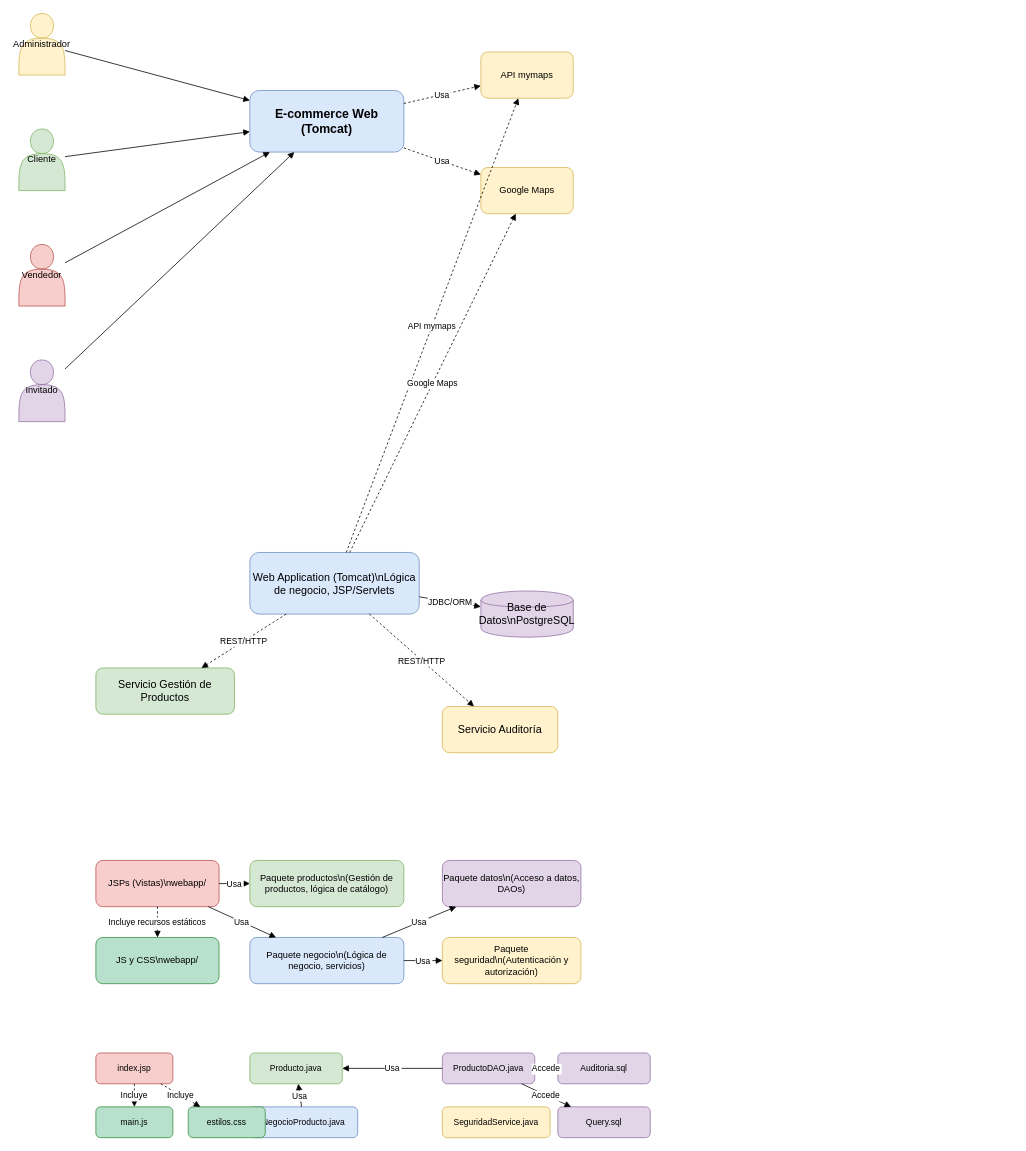
Before: page "C4 Context Diagram" (1 of 2) of C4-context.drawio in Joscart/patinetas, a draw.io diagram. Source tidied: cells renumbered, new cells numbered last; positions are measured from the earlier drawing's top-left corner, leaving out a move shared by most shapes. Both pictures are drawn from the tidied source at 77%, with x=0, y=0 at pixel (18, 13).
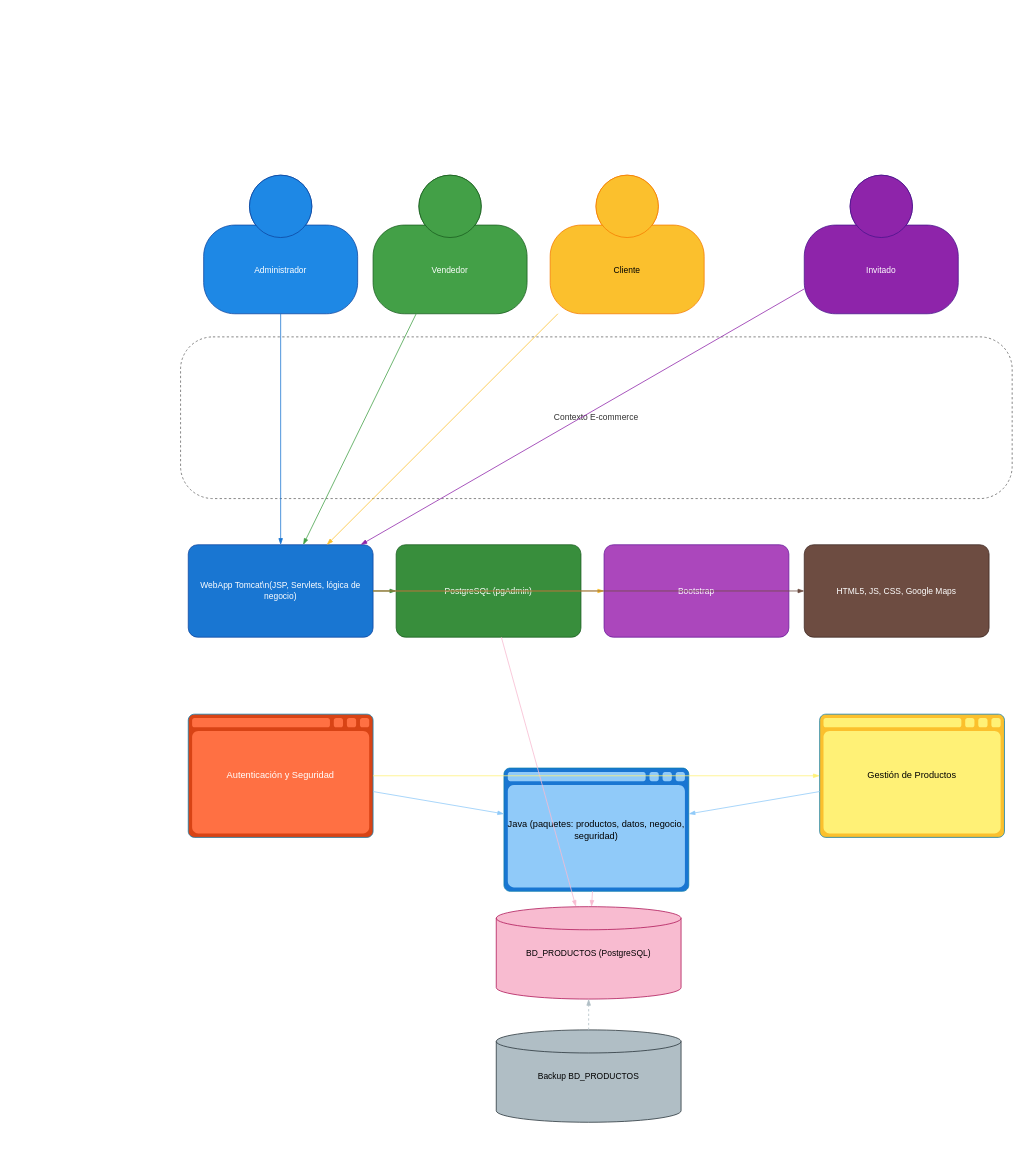
The same diagram, later.

Commit message:
Actualizar diagrama C4-context.drawio con nuevos actores y relaciones

Change to the diagram source:
```diff
@@
-    <mxCell id="2" value="E-commerce Web (Tomcat)" style="rounded=1;whiteSpace=wrap;html=1;fillColor=#dae8fc;strokeColor=#6c8ebf;fontSize=16;fontStyle=1;" parent="1" vertex="1">
-      <mxGeometry x="300" y="100" width="200" height="80" as="geometry" />
-    </mxCell>
-    <mxCell id="3" value="Administrador" style="shape=actor;whiteSpace=wrap;html=1;fillColor=#fff2cc;strokeColor=#d6b656;" parent="1" vertex="1">
-      <mxGeometry width="60" height="80" as="geometry" />
+    <mxCell id="3" value="Administrador" style="html=1;fontSize=11;dashed=0;whiteSpace=wrap;fillColor=#1e88e5;strokeColor=#0d47a1;fontColor=#ffffff;shape=mxgraph.c4.person2;align=center;" parent="1" vertex="1">
+      <mxGeometry x="240" y="210" width="200" height="180" as="geometry" />
     </mxCell>
+    <mxCell id="5" value="Vendedor" style="html=1;fontSize=11;dashed=0;whiteSpace=wrap;fillColor=#43a047;strokeColor=#1b5e20;fontColor=#ffffff;shape=mxgraph.c4.person2;align=center;" parent="1" vertex="1">
+      <mxGeometry x="460" y="210" width="200" height="180" as="geometry" />
+    </mxCell>
-    <mxCell id="4" value="Cliente" style="shape=actor;whiteSpace=wrap;html=1;fillColor=#d5e8d4;strokeColor=#82b366;" parent="1" vertex="1">
-      <mxGeometry y="150" width="60" height="80" as="geometry" />
+    <mxCell id="4" value="Cliente" style="html=1;fontSize=11;dashed=0;whiteSpace=wrap;fillColor=#fbc02d;strokeColor=#f57c00;fontColor=#000000;shape=mxgraph.c4.person2;align=center;" parent="1" vertex="1">
+      <mxGeometry x="690" y="210" width="200" height="180" as="geometry" />
     </mxCell>
-    <mxCell id="5" value="Vendedor" style="shape=actor;whiteSpace=wrap;html=1;fillColor=#f8cecc;strokeColor=#b85450;" parent="1" vertex="1">
-      <mxGeometry y="300" width="60" height="80" as="geometry" />
-    </mxCell>
-    <mxCell id="6" value="Invitado" style="shape=actor;whiteSpace=wrap;html=1;fillColor=#e1d5e7;strokeColor=#9673a6;" parent="1" vertex="1">
-      <mxGeometry y="450" width="60" height="80" as="geometry" />
+    <mxCell id="6" value="Invitado" style="html=1;fontSize=11;dashed=0;whiteSpace=wrap;fillColor=#8e24aa;strokeColor=#4a148c;fontColor=#ffffff;shape=mxgraph.c4.person2;align=center;" parent="1" vertex="1">
+      <mxGeometry x="1020" y="210" width="200" height="180" as="geometry" />
     </mxCell>
-    <mxCell id="7" value="API mymaps" style="rounded=1;whiteSpace=wrap;html=1;fillColor=#fff2cc;strokeColor=#d6b656;" parent="1" vertex="1">
-      <mxGeometry x="600" y="50" width="120" height="60" as="geometry" />
-    </mxCell>
-    <mxCell id="8" value="Google Maps" style="rounded=1;whiteSpace=wrap;html=1;fillColor=#fff2cc;strokeColor=#d6b656;" parent="1" vertex="1">
-      <mxGeometry x="600" y="200" width="120" height="60" as="geometry" />
-    </mxCell>
-    <mxCell id="9" value="Web Application (Tomcat)\nLógica de negocio, JSP/Servlets" style="rounded=1;whiteSpace=wrap;html=1;fillColor=#dae8fc;strokeColor=#6c8ebf;fontSize=14;" parent="1" vertex="1">
-      <mxGeometry x="300" y="700" width="220" height="80" as="geometry" />
-    </mxCell>
-    <mxCell id="10" value="Base de Datos\nPostgreSQL" style="shape=cylinder;whiteSpace=wrap;html=1;fillColor=#e1d5e7;strokeColor=#9673a6;fontSize=14;" parent="1" vertex="1">
-      <mxGeometry x="600" y="750" width="120" height="60" as="geometry" />
-    </mxCell>
-    <mxCell id="11" value="Servicio Gestión de Productos" style="rounded=1;whiteSpace=wrap;html=1;fillColor=#d5e8d4;strokeColor=#82b366;fontSize=14;" parent="1" vertex="1">
-      <mxGeometry x="100" y="850" width="180" height="60" as="geometry" />
-    </mxCell>
-    <mxCell id="12" value="Servicio Auditoría" style="rounded=1;whiteSpace=wrap;html=1;fillColor=#fff2cc;strokeColor=#d6b656;fontSize=14;" parent="1" vertex="1">
-      <mxGeometry x="550" y="900" width="150" height="60" as="geometry" />
-    </mxCell>
-    <mxCell id="13" value="Paquete productos\n(Gestión de productos, lógica de catálogo)" style="rounded=1;whiteSpace=wrap;html=1;fillColor=#d5e8d4;strokeColor=#82b366;fontSize=12;" parent="1" vertex="1">
-      <mxGeometry x="300" y="1100" width="200" height="60" as="geometry" />
-    </mxCell>
-    <mxCell id="14" value="Paquete datos\n(Acceso a datos, DAOs)" style="rounded=1;whiteSpace=wrap;html=1;fillColor=#e1d5e7;strokeColor=#9673a6;fontSize=12;" parent="1" vertex="1">
-      <mxGeometry x="550" y="1100" width="180" height="60" as="geometry" />
-    </mxCell>
-    <mxCell id="15" value="Paquete negocio\n(Lógica de negocio, servicios)" style="rounded=1;whiteSpace=wrap;html=1;fillColor=#dae8fc;strokeColor=#6c8ebf;fontSize=12;" parent="1" vertex="1">
-      <mxGeometry x="300" y="1200" width="200" height="60" as="geometry" />
-    </mxCell>
-    <mxCell id="16" value="Paquete seguridad\n(Autenticación y autorización)" style="rounded=1;whiteSpace=wrap;html=1;fillColor=#fff2cc;strokeColor=#d6b656;fontSize=12;" parent="1" vertex="1">
-      <mxGeometry x="550" y="1200" width="180" height="60" as="geometry" />
-    </mxCell>
-    <mxCell id="17" value="JSPs (Vistas)\nwebapp/" style="rounded=1;whiteSpace=wrap;html=1;fillColor=#f8cecc;strokeColor=#b85450;fontSize=12;" parent="1" vertex="1">
-      <mxGeometry x="100" y="1100" width="160" height="60" as="geometry" />
-    </mxCell>
-    <mxCell id="18" value="JS y CSS\nwebapp/" style="rounded=1;whiteSpace=wrap;html=1;fillColor=#b7e1cd;strokeColor=#388e3c;fontSize=12;" parent="1" vertex="1">
-      <mxGeometry x="100" y="1200" width="160" height="60" as="geometry" />
-    </mxCell>
-    <mxCell id="19" value="Producto.java" style="rounded=1;whiteSpace=wrap;html=1;fillColor=#d5e8d4;strokeColor=#82b366;fontSize=11;" parent="1" vertex="1">
-      <mxGeometry x="300" y="1350" width="120" height="40" as="geometry" />
-    </mxCell>
-    <mxCell id="20" value="ProductoDAO.java" style="rounded=1;whiteSpace=wrap;html=1;fillColor=#e1d5e7;strokeColor=#9673a6;fontSize=11;" parent="1" vertex="1">
-      <mxGeometry x="550" y="1350" width="120" height="40" as="geometry" />
-    </mxCell>
-    <mxCell id="21" value="NegocioProducto.java" style="rounded=1;whiteSpace=wrap;html=1;fillColor=#dae8fc;strokeColor=#6c8ebf;fontSize=11;" parent="1" vertex="1">
-      <mxGeometry x="300" y="1420" width="140" height="40" as="geometry" />
-    </mxCell>
-    <mxCell id="22" value="SeguridadService.java" style="rounded=1;whiteSpace=wrap;html=1;fillColor=#fff2cc;strokeColor=#d6b656;fontSize=11;" parent="1" vertex="1">
-      <mxGeometry x="550" y="1420" width="140" height="40" as="geometry" />
-    </mxCell>
-    <mxCell id="23" value="index.jsp" style="rounded=1;whiteSpace=wrap;html=1;fillColor=#f8cecc;strokeColor=#b85450;fontSize=11;" parent="1" vertex="1">
-      <mxGeometry x="100" y="1350" width="100" height="40" as="geometry" />
-    </mxCell>
-    <mxCell id="24" value="main.js" style="rounded=1;whiteSpace=wrap;html=1;fillColor=#b7e1cd;strokeColor=#388e3c;fontSize=11;" parent="1" vertex="1">
-      <mxGeometry x="100" y="1420" width="100" height="40" as="geometry" />
-    </mxCell>
-    <mxCell id="25" value="estilos.css" style="rounded=1;whiteSpace=wrap;html=1;fillColor=#b7e1cd;strokeColor=#388e3c;fontSize=11;" parent="1" vertex="1">
-      <mxGeometry x="220" y="1420" width="100" height="40" as="geometry" />
-    </mxCell>
-    <mxCell id="26" value="Auditoria.sql" style="rounded=1;whiteSpace=wrap;html=1;fillColor=#e1d5e7;strokeColor=#9673a6;fontSize=11;" parent="1" vertex="1">
-      <mxGeometry x="700" y="1350" width="120" height="40" as="geometry" />
-    </mxCell>
-    <mxCell id="27" value="Query.sql" style="rounded=1;whiteSpace=wrap;html=1;fillColor=#e1d5e7;strokeColor=#9673a6;fontSize=11;" parent="1" vertex="1">
-      <mxGeometry x="700" y="1420" width="120" height="40" as="geometry" />
-    </mxCell>
-    <mxCell id="28" value="Usa" style="endArrow=block;endFill=1;strokeColor=#000000;" parent="1" edge="1" source="21" target="19">
-      <mxGeometry relative="1" as="geometry" />
-    </mxCell>
-    <mxCell id="29" value="Usa" style="endArrow=block;endFill=1;strokeColor=#000000;" parent="1" edge="1" source="20" target="19">
-      <mxGeometry relative="1" as="geometry" />
-    </mxCell>
-    <mxCell id="30" value="Accede" style="endArrow=block;endFill=1;strokeColor=#000000;" parent="1" edge="1" source="20" target="26">
-      <mxGeometry relative="1" as="geometry" />
-    </mxCell>
-    <mxCell id="31" value="Accede" style="endArrow=block;endFill=1;strokeColor=#000000;" parent="1" edge="1" source="20" target="27">
-      <mxGeometry relative="1" as="geometry" />
-    </mxCell>
-    <mxCell id="32" value="Incluye" style="endArrow=block;endFill=1;strokeColor=#000000;dashed=1;" parent="1" edge="1" source="23" target="24">
-      <mxGeometry relative="1" as="geometry" />
-    </mxCell>
-    <mxCell id="33" value="Incluye" style="endArrow=block;endFill=1;strokeColor=#000000;dashed=1;" parent="1" edge="1" source="23" target="25">
-      <mxGeometry relative="1" as="geometry" />
-    </mxCell>
-    <mxCell id="34" style="endArrow=block;endFill=1;strokeColor=#000000;" parent="1" edge="1" source="3" target="2">
-      <mxGeometry relative="1" as="geometry" />
-    </mxCell>
-    <mxCell id="35" style="endArrow=block;endFill=1;strokeColor=#000000;" parent="1" edge="1" source="4" target="2">
-      <mxGeometry relative="1" as="geometry" />
-    </mxCell>
-    <mxCell id="36" style="endArrow=block;endFill=1;strokeColor=#000000;" parent="1" edge="1" source="5" target="2">
-      <mxGeometry relative="1" as="geometry" />
-    </mxCell>
-    <mxCell id="37" style="endArrow=block;endFill=1;strokeColor=#000000;" parent="1" edge="1" source="6" target="2">
-      <mxGeometry relative="1" as="geometry" />
-    </mxCell>
-    <mxCell id="38" value="Usa" style="endArrow=block;endFill=1;strokeColor=#000000;dashed=1;" parent="1" edge="1" source="2" target="7">
-      <mxGeometry relative="1" as="geometry" />
-    </mxCell>
-    <mxCell id="39" value="Usa" style="endArrow=block;endFill=1;strokeColor=#000000;dashed=1;" parent="1" edge="1" source="2" target="8">
-      <mxGeometry relative="1" as="geometry" />
-    </mxCell>
-    <mxCell id="40" value="JDBC/ORM" style="endArrow=block;endFill=1;strokeColor=#000000;" parent="1" edge="1" source="9" target="10">
-      <mxGeometry relative="1" as="geometry" />
-    </mxCell>
-    <mxCell id="41" value="REST/HTTP" style="endArrow=block;endFill=1;strokeColor=#000000;dashed=1;" parent="1" edge="1" source="9" target="11">
-      <mxGeometry relative="1" as="geometry" />
-    </mxCell>
-    <mxCell id="42" value="REST/HTTP" style="endArrow=block;endFill=1;strokeColor=#000000;dashed=1;" parent="1" edge="1" source="9" target="12">
-      <mxGeometry relative="1" as="geometry" />
-    </mxCell>
-    <mxCell id="43" value="API mymaps" style="endArrow=block;endFill=1;strokeColor=#000000;dashed=1;" parent="1" edge="1" source="9" target="7">
-      <mxGeometry relative="1" as="geometry" />
-    </mxCell>
-    <mxCell id="44" value="Google Maps" style="endArrow=block;endFill=1;strokeColor=#000000;dashed=1;" parent="1" edge="1" source="9" target="8">
-      <mxGeometry relative="1" as="geometry" />
-    </mxCell>
-    <mxCell id="45" value="Usa" style="endArrow=block;endFill=1;strokeColor=#000000;" parent="1" edge="1" source="17" target="13">
-      <mxGeometry relative="1" as="geometry" />
-    </mxCell>
-    <mxCell id="46" value="Usa" style="endArrow=block;endFill=1;strokeColor=#000000;" parent="1" edge="1" source="17" target="15">
-      <mxGeometry relative="1" as="geometry" />
-    </mxCell>
-    <mxCell id="47" value="Usa" style="endArrow=block;endFill=1;strokeColor=#000000;" parent="1" edge="1" source="15" target="14">
-      <mxGeometry relative="1" as="geometry" />
-    </mxCell>
-    <mxCell id="48" value="Usa" style="endArrow=block;endFill=1;strokeColor=#000000;" parent="1" edge="1" source="15" target="16">
-      <mxGeometry relative="1" as="geometry" />
-    </mxCell>
-    <mxCell id="49" value="Incluye recursos estáticos" style="endArrow=block;endFill=1;strokeColor=#000000;dashed=1;" parent="1" edge="1" source="17" target="18">
-      <mxGeometry relative="1" as="geometry" />
-    </mxCell>
+    <mxCell id="50" value="Contexto E-commerce" style="rounded=1;fontSize=11;whiteSpace=wrap;html=1;dashed=1;arcSize=20;fillColor=none;strokeColor=#666666;fontColor=#333333;" parent="1" vertex="1">
+      <mxGeometry x="210" y="420" width="1080" height="210" as="geometry" />
+    </mxCell>
+    <mxCell id="51" value="WebApp Tomcat\n(JSP, Servlets, lógica de negocio)" style="rounded=1;whiteSpace=wrap;html=1;fontSize=11;fillColor=#1976d2;fontColor=#ffffff;align=center;arcSize=10;strokeColor=#0d47a1;" parent="1" vertex="1">
+      <mxGeometry x="220" y="690" width="240" height="120" as="geometry" />
+    </mxCell>
+    <mxCell id="52" value="HTML5, JS, CSS, Google Maps" style="rounded=1;whiteSpace=wrap;html=1;fontSize=11;fillColor=#6d4c41;fontColor=#ffffff;align=center;arcSize=10;strokeColor=#3e2723;" parent="1" vertex="1">
+      <mxGeometry x="1020" y="690" width="240" height="120" as="geometry" />
+    </mxCell>
+    <mxCell id="53" value="Bootstrap" style="rounded=1;whiteSpace=wrap;html=1;fontSize=11;fillColor=#ab47bc;fontColor=#ffffff;align=center;arcSize=10;strokeColor=#6a1b9a;" parent="1" vertex="1">
+      <mxGeometry x="760" y="690" width="240" height="120" as="geometry" />
+    </mxCell>
+    <mxCell id="54" value="PostgreSQL (pgAdmin)" style="rounded=1;whiteSpace=wrap;html=1;fontSize=11;fillColor=#388e3c;fontColor=#ffffff;align=center;arcSize=10;strokeColor=#1b5e20;" parent="1" vertex="1">
+      <mxGeometry x="490" y="690" width="240" height="120" as="geometry" />
+    </mxCell>
+    <mxCell id="55" value="Gestión de Productos" style="shape=mxgraph.c4.webBrowserContainer2;whiteSpace=wrap;html=1;fillColor=#fff176;strokeColor=#fbc02d;fontColor=#000000;fontSize=12;align=center;" parent="1" vertex="1">
+      <mxGeometry x="1040" y="910" width="240" height="160" as="geometry" />
+    </mxCell>
+    <mxCell id="56" value="Autenticación y Seguridad" style="shape=mxgraph.c4.webBrowserContainer2;whiteSpace=wrap;html=1;fillColor=#ff7043;strokeColor=#d84315;fontColor=#ffffff;fontSize=12;align=center;" parent="1" vertex="1">
+      <mxGeometry x="220" y="910" width="240" height="160" as="geometry" />
+    </mxCell>
+    <mxCell id="57" value="Java (paquetes: productos, datos, negocio, seguridad)" style="shape=mxgraph.c4.webBrowserContainer2;whiteSpace=wrap;html=1;fillColor=#90caf9;strokeColor=#1976d2;fontColor=#000000;fontSize=12;align=center;" parent="1" vertex="1">
+      <mxGeometry x="630" y="980" width="240" height="160" as="geometry" />
+    </mxCell>
+    <mxCell id="58" value="BD_PRODUCTOS (PostgreSQL)" style="shape=cylinder3;size=15;whiteSpace=wrap;html=1;fillColor=#f8bbd0;strokeColor=#ad1457;fontColor=#000000;fontSize=11;align=center;" parent="1" vertex="1">
+      <mxGeometry x="620" y="1160" width="240" height="120" as="geometry" />
+    </mxCell>
+    <mxCell id="59" value="Backup BD_PRODUCTOS" style="shape=cylinder3;size=15;whiteSpace=wrap;html=1;fillColor=#b0bec5;strokeColor=#263238;fontColor=#000000;fontSize=11;align=center;" parent="1" vertex="1">
+      <mxGeometry x="620" y="1320" width="240" height="120" as="geometry" />
+    </mxCell>
+    <mxCell id="60" style="endArrow=blockThin;html=1;fontSize=10;fontColor=#1976d2;strokeWidth=1;endFill=1;strokeColor=#1976d2;" parent="1" edge="1" source="3" target="51">
+      <mxGeometry relative="1" as="geometry" />
+    </mxCell>
+    <mxCell id="61" style="endArrow=blockThin;html=1;fontSize=10;fontColor=#43a047;strokeWidth=1;endFill=1;strokeColor=#43a047;" parent="1" edge="1" source="5" target="51">
+      <mxGeometry relative="1" as="geometry" />
+    </mxCell>
+    <mxCell id="62" style="endArrow=blockThin;html=1;fontSize=10;fontColor=#fbc02d;strokeWidth=1;endFill=1;strokeColor=#fbc02d;" parent="1" edge="1" source="4" target="51">
+      <mxGeometry relative="1" as="geometry" />
+    </mxCell>
+    <mxCell id="63" style="endArrow=blockThin;html=1;fontSize=10;fontColor=#8e24aa;strokeWidth=1;endFill=1;strokeColor=#8e24aa;" parent="1" edge="1" source="6" target="51">
+      <mxGeometry relative="1" as="geometry" />
+    </mxCell>
+    <mxCell id="64" style="endArrow=blockThin;html=1;fontSize=10;fontColor=#388e3c;strokeWidth=1;endFill=1;strokeColor=#388e3c;" parent="1" edge="1" source="51" target="54">
+      <mxGeometry relative="1" as="geometry" />
+    </mxCell>
+    <mxCell id="65" style="endArrow=blockThin;html=1;fontSize=10;fontColor=#fbc02d;strokeWidth=1;endFill=1;strokeColor=#fbc02d;" parent="1" edge="1" source="51" target="53">
+      <mxGeometry relative="1" as="geometry" />
+    </mxCell>
+    <mxCell id="66" style="endArrow=blockThin;html=1;fontSize=10;fontColor=#6d4c41;strokeWidth=1;endFill=1;strokeColor=#6d4c41;" parent="1" edge="1" source="51" target="52">
+      <mxGeometry relative="1" as="geometry" />
+    </mxCell>
+    <mxCell id="67" style="endArrow=blockThin;html=1;fontSize=10;fontColor=#f8bbd0;strokeWidth=1;endFill=1;strokeColor=#f8bbd0;" parent="1" edge="1" source="54" target="58">
+      <mxGeometry relative="1" as="geometry" />
+    </mxCell>
+    <mxCell id="68" style="endArrow=blockThin;html=1;fontSize=10;fontColor=#b0bec5;strokeWidth=1;endFill=1;strokeColor=#b0bec5;dashed=1;" parent="1" edge="1" source="59" target="58">
+      <mxGeometry relative="1" as="geometry" />
+    </mxCell>
+    <mxCell id="69" style="endArrow=blockThin;html=1;fontSize=10;fontColor=#fff176;strokeWidth=1;endFill=1;strokeColor=#fff176;" parent="1" edge="1" source="56" target="55">
+      <mxGeometry relative="1" as="geometry" />
+    </mxCell>
+    <mxCell id="70" style="endArrow=blockThin;html=1;fontSize=10;fontColor=#90caf9;strokeWidth=1;endFill=1;strokeColor=#90caf9;" parent="1" edge="1" source="55" target="57">
+      <mxGeometry relative="1" as="geometry" />
+    </mxCell>
+    <mxCell id="71" style="endArrow=blockThin;html=1;fontSize=10;fontColor=#90caf9;strokeWidth=1;endFill=1;strokeColor=#90caf9;" parent="1" edge="1" source="56" target="57">
+      <mxGeometry relative="1" as="geometry" />
+    </mxCell>
+    <mxCell id="72" style="endArrow=blockThin;html=1;fontSize=10;fontColor=#f8bbd0;strokeWidth=1;endFill=1;strokeColor=#f8bbd0;" parent="1" edge="1" source="57" target="58">
+      <mxGeometry relative="1" as="geometry" />
+    </mxCell>
```
